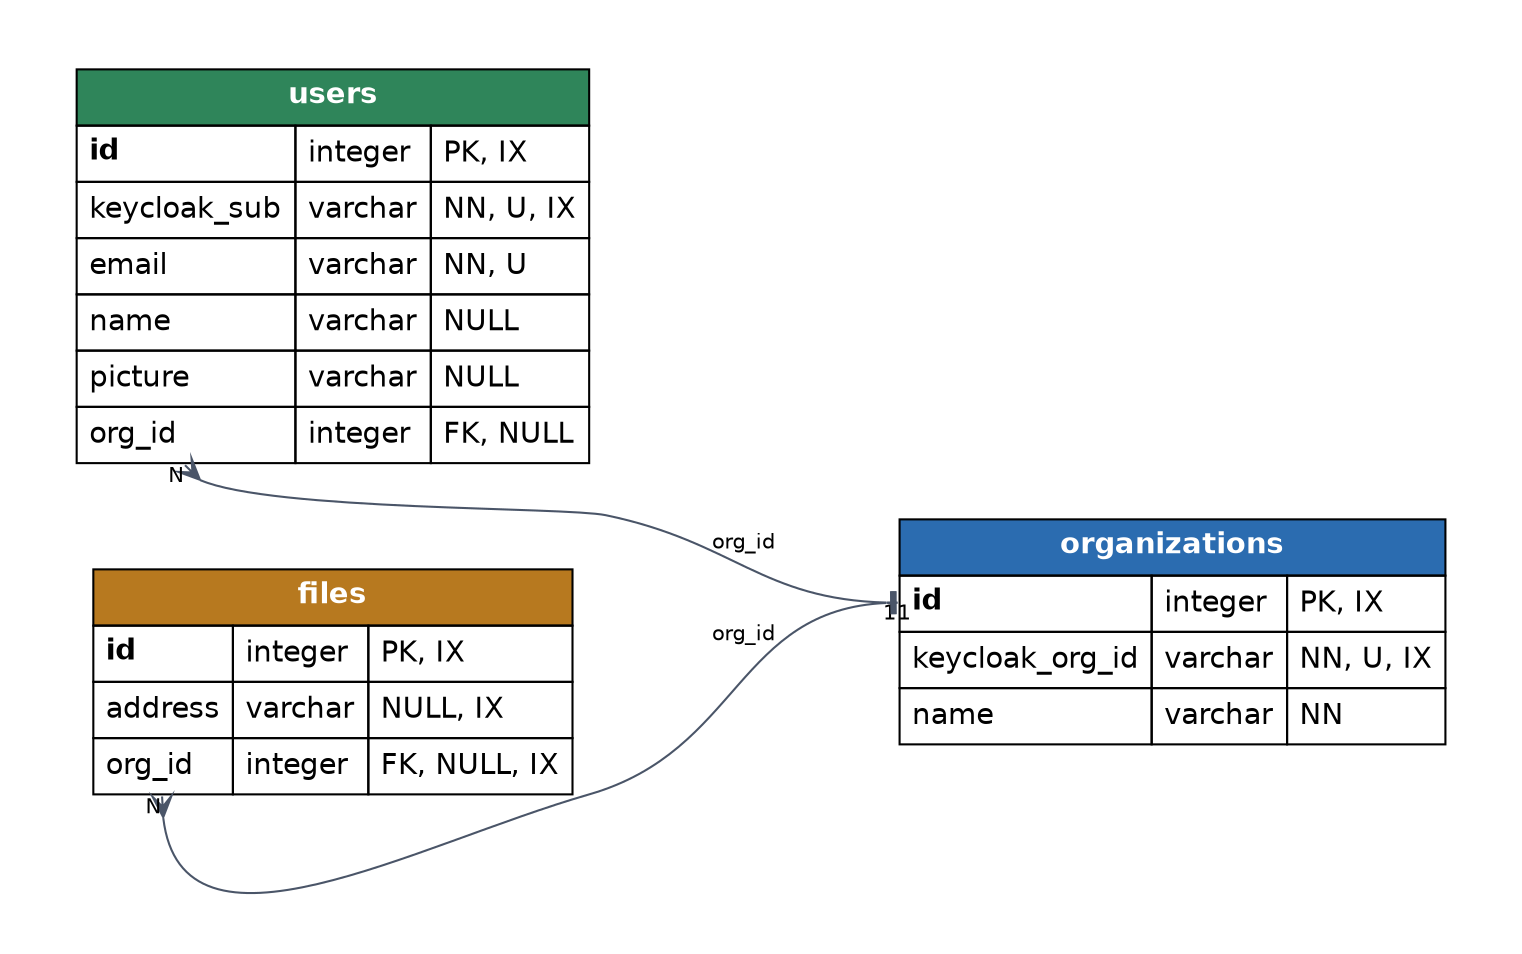
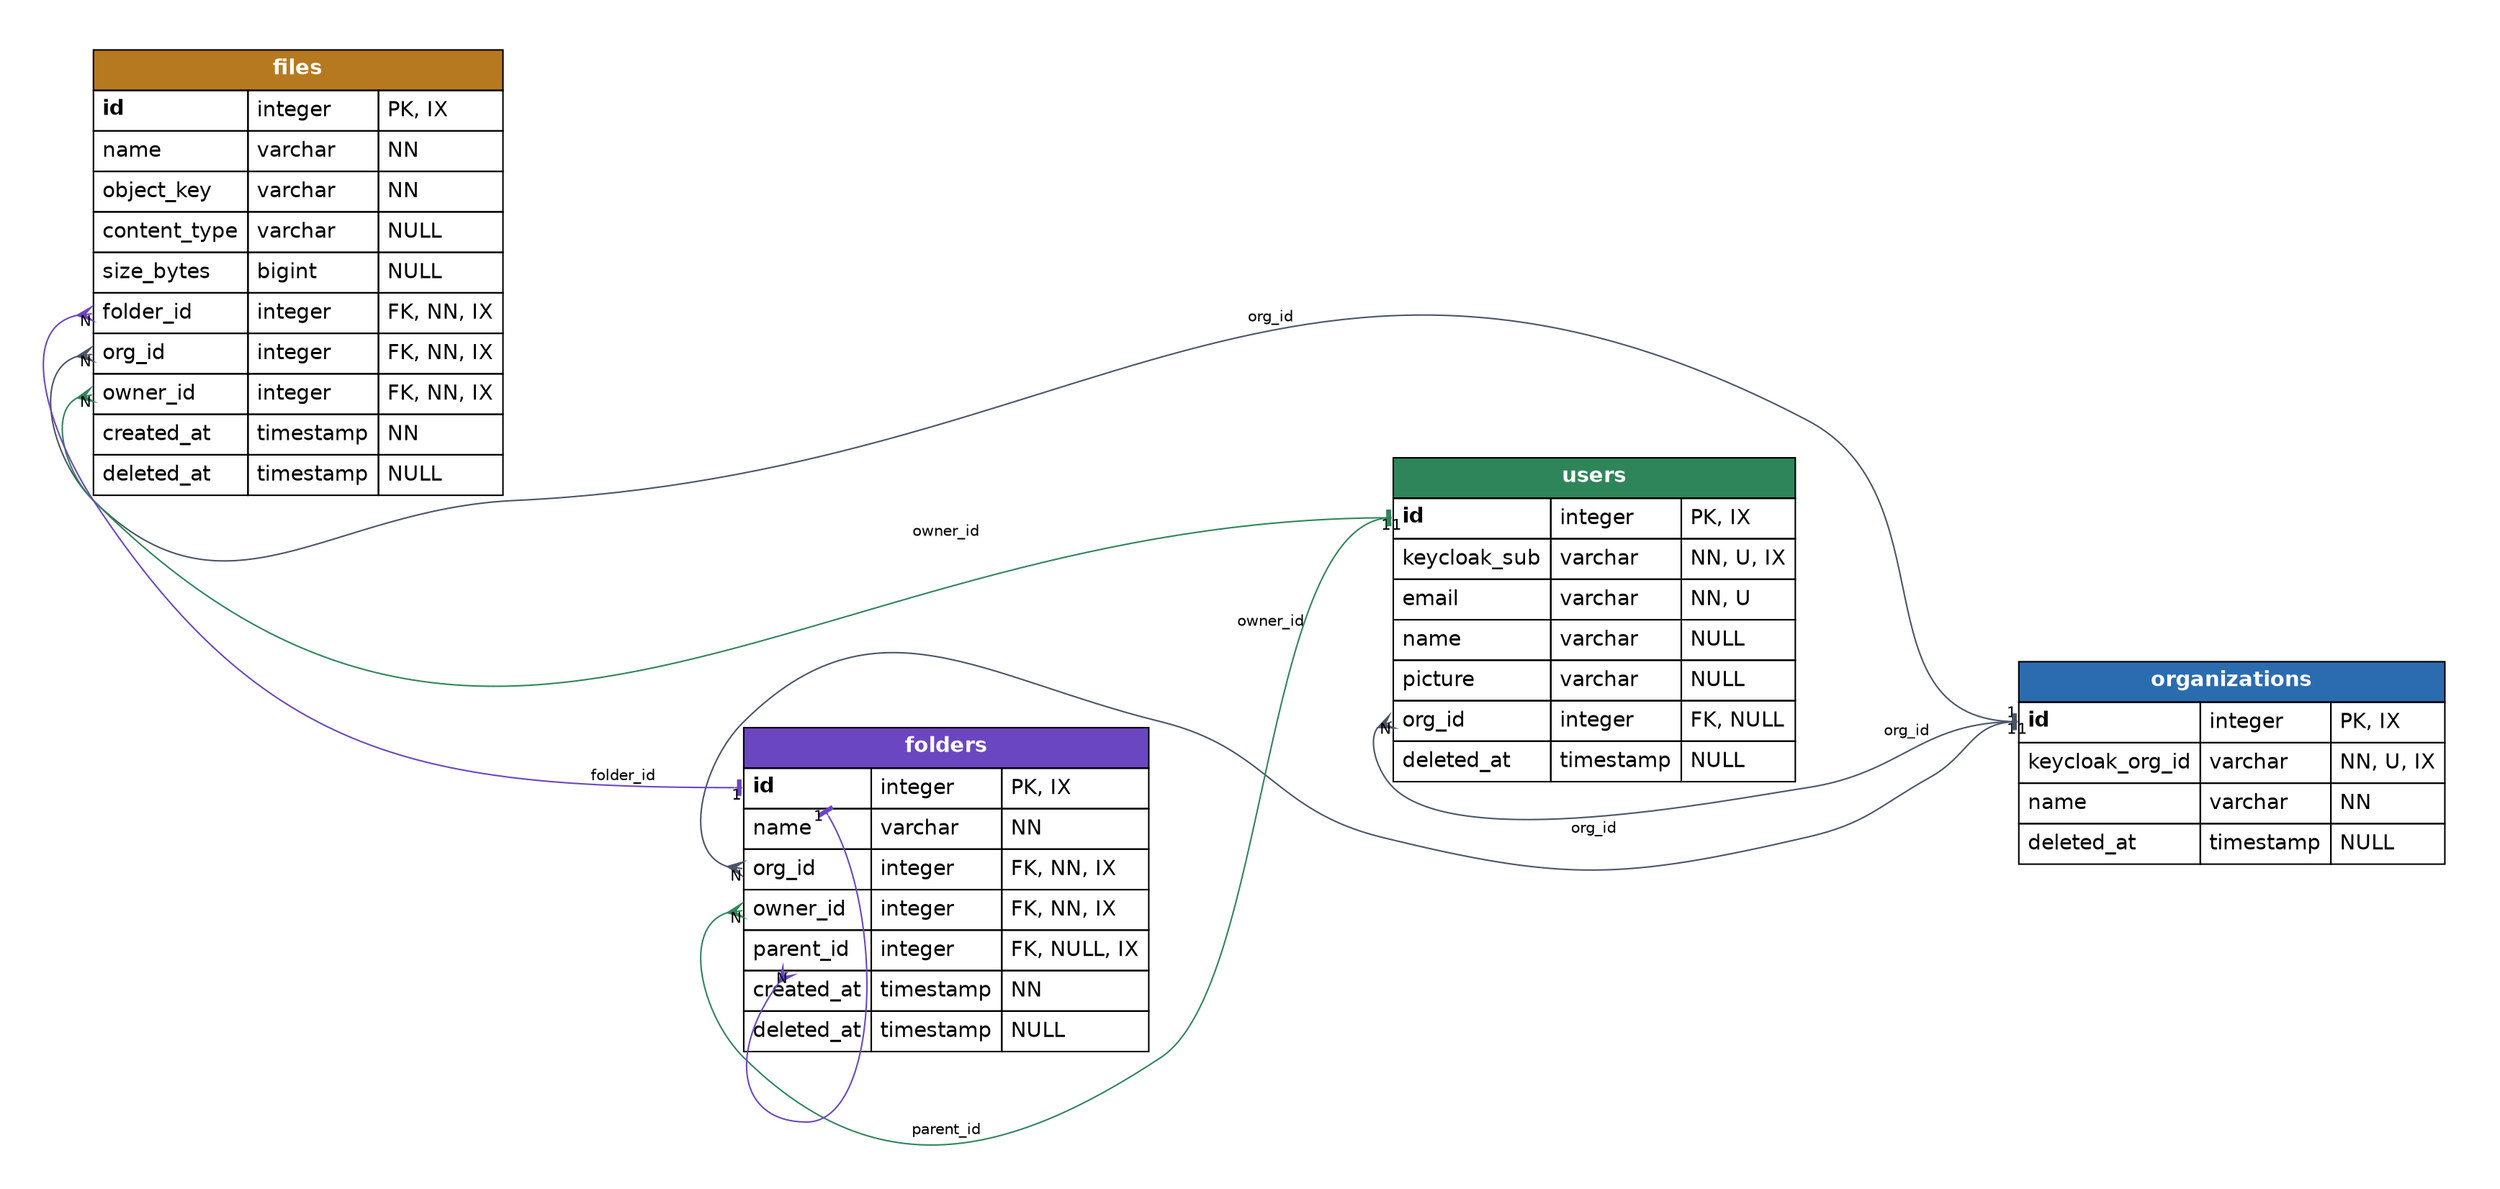
// -----------------------------------------------------------------------------
// Drive Clon — Esquema de base de datos (Postgres)
//
// Diagrama entidad-relación en notación DOT (Graphviz). Refleja los modelos de
- // `app/models/` y la migración inicial `979bd579e739_initial_schema`.
+ // `app/models/`. La tabla `folders` y los campos extendidos de `files`
+ // (PRD docs/PRD/folders-and-files.md) ya están migrados (revisión 1a2b3c4d5e6f).
//
// Render:
- //   dot -Tpng docs/database/schema.dot -o docs/database/schema.png
- //   dot -Tsvg docs/database/schema.dot -o docs/database/schema.svg
+ //   dot -Tpng docs/2_database/schema.gv -o docs/2_database/schema.png
+ //   dot -Tsvg docs/2_database/schema.gv -o docs/2_database/schema.svg
//
// Leyenda de constraints: PK = primary key, FK = foreign key, U = unique,
// IX = index, NN = not null, NULL = nullable.
// Notación crow's-foot: "muchos" (pata de cuervo) → "uno" (tee).
// -----------------------------------------------------------------------------
digraph driveclon_db {
  rankdir=LR;
  bgcolor="white";
  graph [fontname="Helvetica", pad="0.4", nodesep="0.6", ranksep="1.4"];
  node  [shape=plaintext, fontname="Helvetica"];
  edge  [fontname="Helvetica", fontsize=10, color="#4a5568", dir=both];

  // --------------------------------------------------------------- organizations
  organizations [label=<
    <TABLE BORDER="0" CELLBORDER="1" CELLSPACING="0" CELLPADDING="5">
      <TR><TD BGCOLOR="#2b6cb0" COLSPAN="3"><FONT COLOR="white"><B>organizations</B></FONT></TD></TR>
      <TR>
        <TD ALIGN="LEFT" PORT="id"><B>id</B></TD>
        <TD ALIGN="LEFT">integer</TD>
        <TD ALIGN="LEFT">PK, IX</TD>
      </TR>
      <TR>
        <TD ALIGN="LEFT">keycloak_org_id</TD>
        <TD ALIGN="LEFT">varchar</TD>
        <TD ALIGN="LEFT">NN, U, IX</TD>
      </TR>
      <TR>
        <TD ALIGN="LEFT">name</TD>
        <TD ALIGN="LEFT">varchar</TD>
        <TD ALIGN="LEFT">NN</TD>
      </TR>
+       <TR>
+         <TD ALIGN="LEFT">deleted_at</TD>
+         <TD ALIGN="LEFT">timestamp</TD>
+         <TD ALIGN="LEFT">NULL</TD>
+       </TR>
    </TABLE>>];

  // ----------------------------------------------------------------------- users
  users [label=<
    <TABLE BORDER="0" CELLBORDER="1" CELLSPACING="0" CELLPADDING="5">
      <TR><TD BGCOLOR="#2f855a" COLSPAN="3"><FONT COLOR="white"><B>users</B></FONT></TD></TR>
      <TR>
        <TD ALIGN="LEFT" PORT="id"><B>id</B></TD>
        <TD ALIGN="LEFT">integer</TD>
        <TD ALIGN="LEFT">PK, IX</TD>
      </TR>
      <TR>
        <TD ALIGN="LEFT">keycloak_sub</TD>
        <TD ALIGN="LEFT">varchar</TD>
        <TD ALIGN="LEFT">NN, U, IX</TD>
      </TR>
      <TR>
        <TD ALIGN="LEFT">email</TD>
        <TD ALIGN="LEFT">varchar</TD>
        <TD ALIGN="LEFT">NN, U</TD>
      </TR>
      <TR>
        <TD ALIGN="LEFT">name</TD>
        <TD ALIGN="LEFT">varchar</TD>
        <TD ALIGN="LEFT">NULL</TD>
      </TR>
      <TR>
        <TD ALIGN="LEFT">picture</TD>
        <TD ALIGN="LEFT">varchar</TD>
        <TD ALIGN="LEFT">NULL</TD>
      </TR>
      <TR>
        <TD ALIGN="LEFT" PORT="org_id">org_id</TD>
        <TD ALIGN="LEFT">integer</TD>
        <TD ALIGN="LEFT">FK, NULL</TD>
      </TR>
+       <TR>
+         <TD ALIGN="LEFT">deleted_at</TD>
+         <TD ALIGN="LEFT">timestamp</TD>
+         <TD ALIGN="LEFT">NULL</TD>
+       </TR>
+     </TABLE>>];
+ 
+   // --------------------------------------------------------------------- folders
+   folders [label=<
+     <TABLE BORDER="0" CELLBORDER="1" CELLSPACING="0" CELLPADDING="5">
+       <TR><TD BGCOLOR="#6b46c1" COLSPAN="3"><FONT COLOR="white"><B>folders</B></FONT></TD></TR>
+       <TR>
+         <TD ALIGN="LEFT" PORT="id"><B>id</B></TD>
+         <TD ALIGN="LEFT">integer</TD>
+         <TD ALIGN="LEFT">PK, IX</TD>
+       </TR>
+       <TR>
+         <TD ALIGN="LEFT">name</TD>
+         <TD ALIGN="LEFT">varchar</TD>
+         <TD ALIGN="LEFT">NN</TD>
+       </TR>
+       <TR>
+         <TD ALIGN="LEFT" PORT="org_id">org_id</TD>
+         <TD ALIGN="LEFT">integer</TD>
+         <TD ALIGN="LEFT">FK, NN, IX</TD>
+       </TR>
+       <TR>
+         <TD ALIGN="LEFT" PORT="owner_id">owner_id</TD>
+         <TD ALIGN="LEFT">integer</TD>
+         <TD ALIGN="LEFT">FK, NN, IX</TD>
+       </TR>
+       <TR>
+         <TD ALIGN="LEFT" PORT="parent_id">parent_id</TD>
+         <TD ALIGN="LEFT">integer</TD>
+         <TD ALIGN="LEFT">FK, NULL, IX</TD>
+       </TR>
+       <TR>
+         <TD ALIGN="LEFT">created_at</TD>
+         <TD ALIGN="LEFT">timestamp</TD>
+         <TD ALIGN="LEFT">NN</TD>
+       </TR>
+       <TR>
+         <TD ALIGN="LEFT">deleted_at</TD>
+         <TD ALIGN="LEFT">timestamp</TD>
+         <TD ALIGN="LEFT">NULL</TD>
+       </TR>
    </TABLE>>];

  // ----------------------------------------------------------------------- files
  files [label=<
    <TABLE BORDER="0" CELLBORDER="1" CELLSPACING="0" CELLPADDING="5">
      <TR><TD BGCOLOR="#b7791f" COLSPAN="3"><FONT COLOR="white"><B>files</B></FONT></TD></TR>
      <TR>
        <TD ALIGN="LEFT" PORT="id"><B>id</B></TD>
        <TD ALIGN="LEFT">integer</TD>
        <TD ALIGN="LEFT">PK, IX</TD>
      </TR>
      <TR>
-         <TD ALIGN="LEFT">address</TD>
-         <TD ALIGN="LEFT">varchar</TD>
-         <TD ALIGN="LEFT">NULL, IX</TD>
+         <TD ALIGN="LEFT">name</TD>
+         <TD ALIGN="LEFT">varchar</TD>
+         <TD ALIGN="LEFT">NN</TD>
+       </TR>
+       <TR>
+         <TD ALIGN="LEFT">object_key</TD>
+         <TD ALIGN="LEFT">varchar</TD>
+         <TD ALIGN="LEFT">NN</TD>
+       </TR>
+       <TR>
+         <TD ALIGN="LEFT">content_type</TD>
+         <TD ALIGN="LEFT">varchar</TD>
+         <TD ALIGN="LEFT">NULL</TD>
+       </TR>
+       <TR>
+         <TD ALIGN="LEFT">size_bytes</TD>
+         <TD ALIGN="LEFT">bigint</TD>
+         <TD ALIGN="LEFT">NULL</TD>
+       </TR>
+       <TR>
+         <TD ALIGN="LEFT" PORT="folder_id">folder_id</TD>
+         <TD ALIGN="LEFT">integer</TD>
+         <TD ALIGN="LEFT">FK, NN, IX</TD>
      </TR>
      <TR>
        <TD ALIGN="LEFT" PORT="org_id">org_id</TD>
        <TD ALIGN="LEFT">integer</TD>
-         <TD ALIGN="LEFT">FK, NULL, IX</TD>
+         <TD ALIGN="LEFT">FK, NN, IX</TD>
+       </TR>
+       <TR>
+         <TD ALIGN="LEFT" PORT="owner_id">owner_id</TD>
+         <TD ALIGN="LEFT">integer</TD>
+         <TD ALIGN="LEFT">FK, NN, IX</TD>
+       </TR>
+       <TR>
+         <TD ALIGN="LEFT">created_at</TD>
+         <TD ALIGN="LEFT">timestamp</TD>
+         <TD ALIGN="LEFT">NN</TD>
+       </TR>
+       <TR>
+         <TD ALIGN="LEFT">deleted_at</TD>
+         <TD ALIGN="LEFT">timestamp</TD>
+         <TD ALIGN="LEFT">NULL</TD>
      </TR>
    </TABLE>>];

  // ------------------------------------------------------------------- relaciones
-   // Muchos users pertenecen a una organización (org_id nullable).
-   users:org_id -> organizations:id [
-     taillabel="N", headlabel="1",
-     arrowtail=crow, arrowhead=tee, label="org_id"];
- 
-   // Muchos files pertenecen a una organización (aislamiento de tenant).
-   files:org_id -> organizations:id [
-     taillabel="N", headlabel="1",
-     arrowtail=crow, arrowhead=tee, label="org_id"];
+   // users / folders / files pertenecen a una organización (tenant).
+   users:org_id     -> organizations:id [taillabel="N", headlabel="1", arrowtail=crow, arrowhead=tee, label="org_id"];
+   folders:org_id   -> organizations:id [taillabel="N", headlabel="1", arrowtail=crow, arrowhead=tee, label="org_id"];
+   files:org_id     -> organizations:id [taillabel="N", headlabel="1", arrowtail=crow, arrowhead=tee, label="org_id"];
+ 
+   // Propietario (owner) de folders y files.
+   folders:owner_id -> users:id [taillabel="N", headlabel="1", arrowtail=crow, arrowhead=tee, label="owner_id", color="#2f855a"];
+   files:owner_id   -> users:id [taillabel="N", headlabel="1", arrowtail=crow, arrowhead=tee, label="owner_id", color="#2f855a"];
+ 
+   // Jerarquía de carpetas (parent_id auto-referencia; NULL = root).
+   folders:parent_id -> folders:id [taillabel="N", headlabel="1", arrowtail=crow, arrowhead=tee, label="parent_id", color="#6b46c1"];
+ 
+   // Cada file vive dentro de una carpeta.
+   files:folder_id  -> folders:id [taillabel="N", headlabel="1", arrowtail=crow, arrowhead=tee, label="folder_id", color="#6b46c1"];
}
